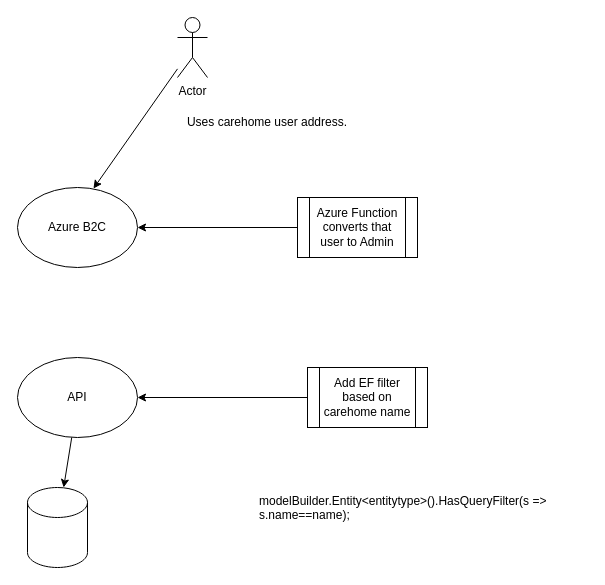
The draw.io diagram Untitled Diagram.drawio in mattwatts36/drawings, before the edit. Source tidied: cells renumbered, new cells numbered last; positions are measured from the earlier drawing's top-left corner, leaving out a move shared by most shapes. Both pictures are drawn from the tidied source at 100%, with x=0, y=0 at pixel (17, 17).
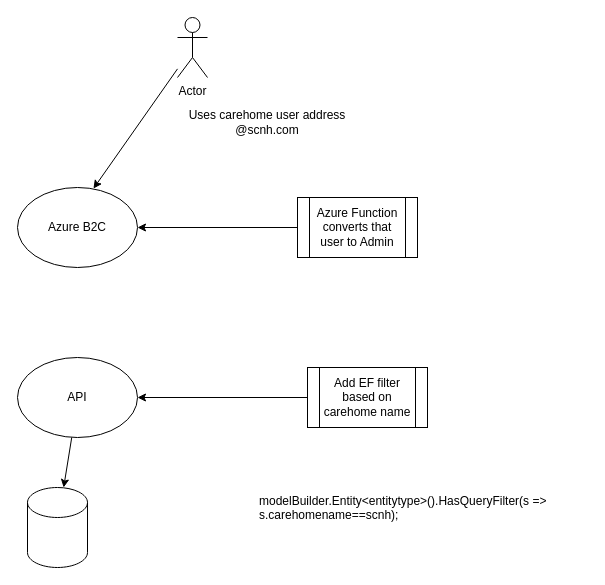
Above is the later version.

Commit message:
added filter details for email address.drawio

What changed in the source:
```diff
@@
 <mxGraphModel>
   <root>
     <mxCell id="0" />
     <mxCell id="1" parent="0" />
     <mxCell id="2" style="edgeStyle=none;rounded=0;jettySize=auto;html=1;entryX=0.633;entryY=0.013;entryDx=0;entryDy=0;entryPerimeter=0;" parent="1" edge="1" source="3" target="4">
       <mxGeometry relative="1" as="geometry" />
     </mxCell>
     <mxCell id="3" value="Actor" style="shape=umlActor;verticalLabelPosition=bottom;verticalAlign=top;html=1;outlineConnect=0;" parent="1" vertex="1">
       <mxGeometry x="160" width="30" height="60" as="geometry" />
     </mxCell>
     <mxCell id="4" value="Azure B2C" style="ellipse;whiteSpace=wrap;html=1;" parent="1" vertex="1">
       <mxGeometry y="170" width="120" height="80" as="geometry" />
     </mxCell>
     <mxCell id="5" style="edgeStyle=none;rounded=0;jettySize=auto;html=1;" parent="1" edge="1" source="6" target="10">
       <mxGeometry relative="1" as="geometry" />
     </mxCell>
     <mxCell id="6" value="API" style="ellipse;whiteSpace=wrap;html=1;" parent="1" vertex="1">
       <mxGeometry y="340" width="120" height="80" as="geometry" />
     </mxCell>
-    <mxCell id="7" value="Uses carehome user address." style="text;html=1;strokeColor=none;fillColor=none;align=center;verticalAlign=middle;whiteSpace=wrap;rounded=0;" parent="1" vertex="1">
+    <mxCell id="7" value="Uses carehome user address @scnh.com" style="text;html=1;strokeColor=none;fillColor=none;align=center;verticalAlign=middle;whiteSpace=wrap;rounded=0;" parent="1" vertex="1">
       <mxGeometry x="150" y="90" width="200" height="30" as="geometry" />
     </mxCell>
     <mxCell id="8" style="edgeStyle=none;rounded=0;jettySize=auto;html=1;exitX=0;exitY=0.5;exitDx=0;exitDy=0;" parent="1" edge="1" source="9" target="4">
       <mxGeometry relative="1" as="geometry" />
     </mxCell>
     <mxCell id="9" value="Azure Function converts that user to Admin" style="shape=process;whiteSpace=wrap;html=1;backgroundOutline=1;" parent="1" vertex="1">
       <mxGeometry x="280" y="180" width="120" height="60" as="geometry" />
     </mxCell>
     <mxCell id="10" style="shape=cylinder3;whiteSpace=wrap;html=1;boundedLbl=1;backgroundOutline=1;size=15;" parent="1" vertex="1">
       <mxGeometry x="10" y="470" width="60" height="80" as="geometry" />
     </mxCell>
     <mxCell id="11" style="edgeStyle=none;rounded=0;jettySize=auto;html=1;exitX=0;exitY=0.5;exitDx=0;exitDy=0;" parent="1" edge="1" source="12" target="6">
       <mxGeometry relative="1" as="geometry" />
     </mxCell>
     <mxCell id="12" value="Add EF filter based on carehome name" style="shape=process;whiteSpace=wrap;html=1;backgroundOutline=1;" parent="1" vertex="1">
       <mxGeometry x="290" y="350" width="120" height="60" as="geometry" />
     </mxCell>
-    <mxCell id="13" value="modelBuilder.Entity&amp;lt;entitytype&amp;gt;().HasQueryFilter(s =&amp;gt; s.name==name);" style="text;whiteSpace=wrap;html=1;" parent="1" vertex="1">
+    <mxCell id="13" value="modelBuilder.Entity&amp;lt;entitytype&amp;gt;().HasQueryFilter(s =&amp;gt; s.carehomename==scnh);" style="text;whiteSpace=wrap;html=1;" parent="1" vertex="1">
       <mxGeometry x="240" y="470" width="330" height="40" as="geometry" />
     </mxCell>
   </root>
 </mxGraphModel>
```
